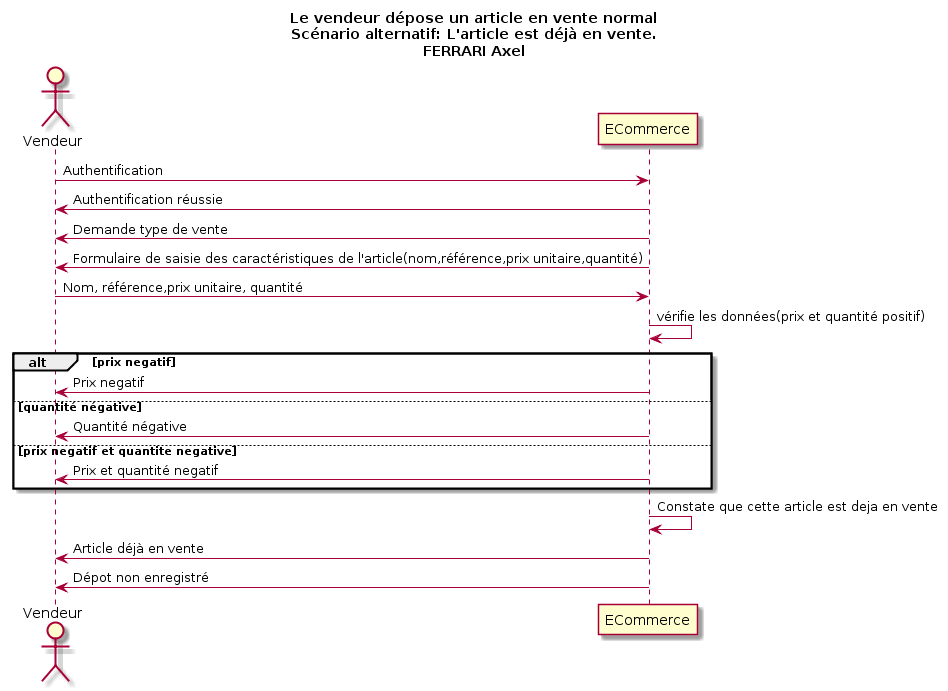
Before: DiagSequence/Vendeur/Deposer un article/Deposer un article L article est deja en vente.png, a diagram exported from PlantUML (Moinketroa/Ebayz). The source it was exported from:
```plantuml
@startuml
Title Le vendeur dépose un article en vente normal\nScénario alternatif: L'article est déjà en vente.\nFERRARI Axel
Actor Vendeur as v
participant ECommerce as a

v -> a : Authentification
v <- a : Authentification réussie
v <- a : Demande type de vente
v <- a : Formulaire de saisie des caractéristiques de l'article(nom,référence,prix unitaire,quantité)
v -> a : Nom, référence,prix unitaire, quantité

a -> a : vérifie les données(prix et quantité positif)
alt prix negatif
	v <- a : Prix negatif
else quantité négative
	v <- a : Quantité négative
else prix negatif et quantite negative
	v <- a : Prix et quantité negatif
end
a -> a : Constate que cette article est deja en vente
v <- a : Article déjà en vente
v <- a : Dépot non enregistré
@enduml
```
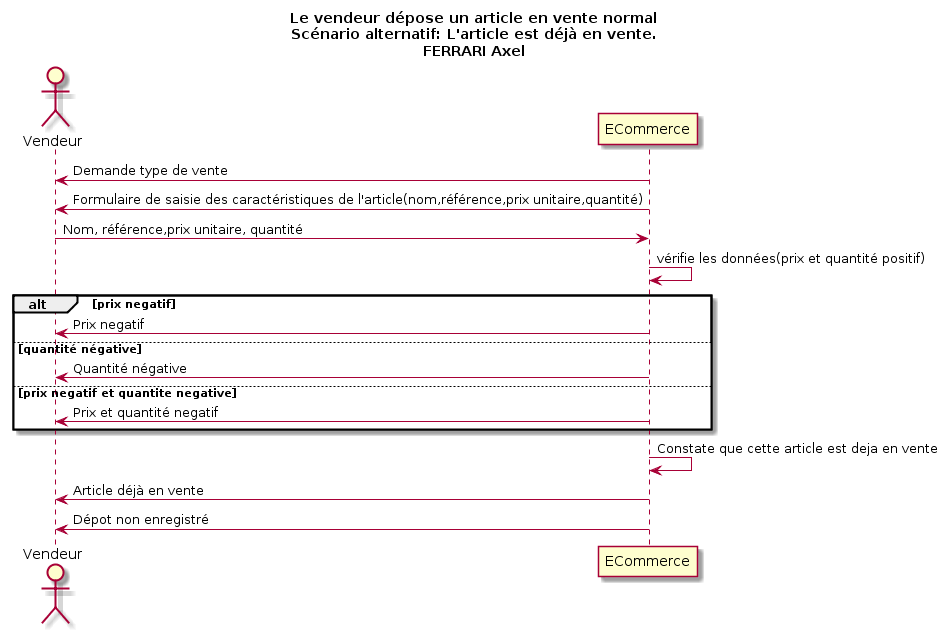
Later version of the same file.

The edit, as a diff of the source:
```diff
@@ -3,8 +3,7 @@
 Actor Vendeur as v
 participant ECommerce as a
 
-v -> a : Authentification
-v <- a : Authentification réussie
+
 v <- a : Demande type de vente
 v <- a : Formulaire de saisie des caractéristiques de l'article(nom,référence,prix unitaire,quantité)
 v -> a : Nom, référence,prix unitaire, quantité
```
